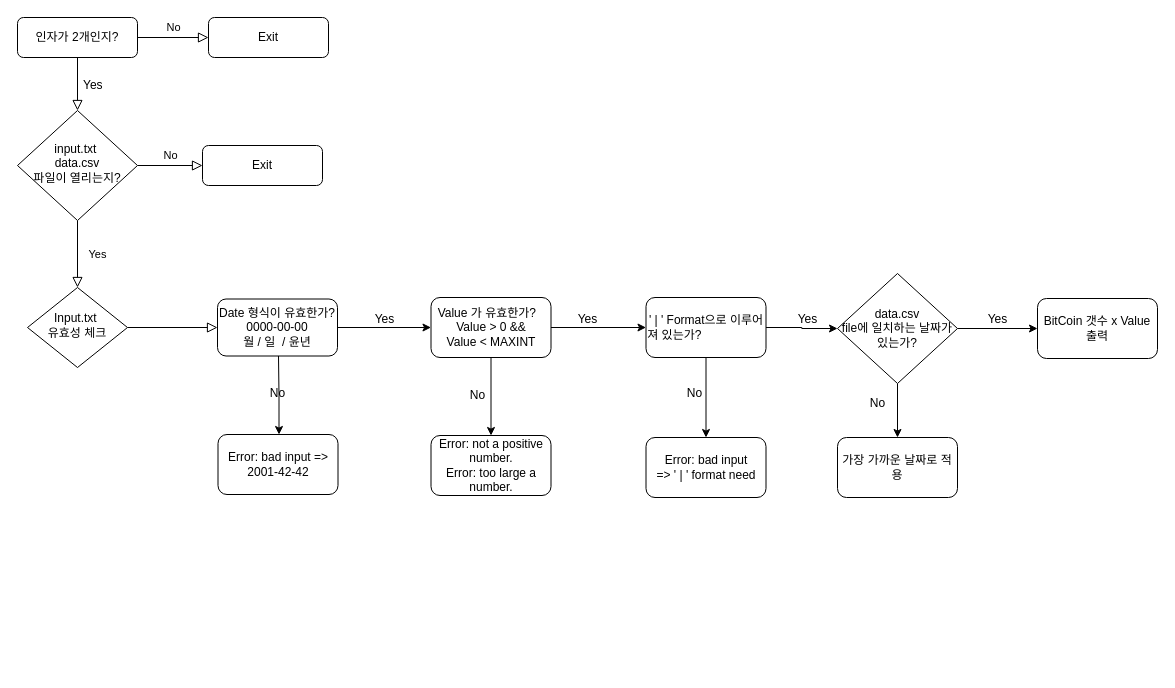
Earlier version of the draw.io diagram ex00/제목 없는 다이어그램.drawio (KichanLee/CPP_Module_09). Source tidied: cells renumbered, new cells numbered last; positions are measured from the earlier drawing's top-left corner, leaving out a move shared by most shapes. Both pictures are drawn from the tidied source at 100%, with x=0, y=0 at pixel (17, 17).
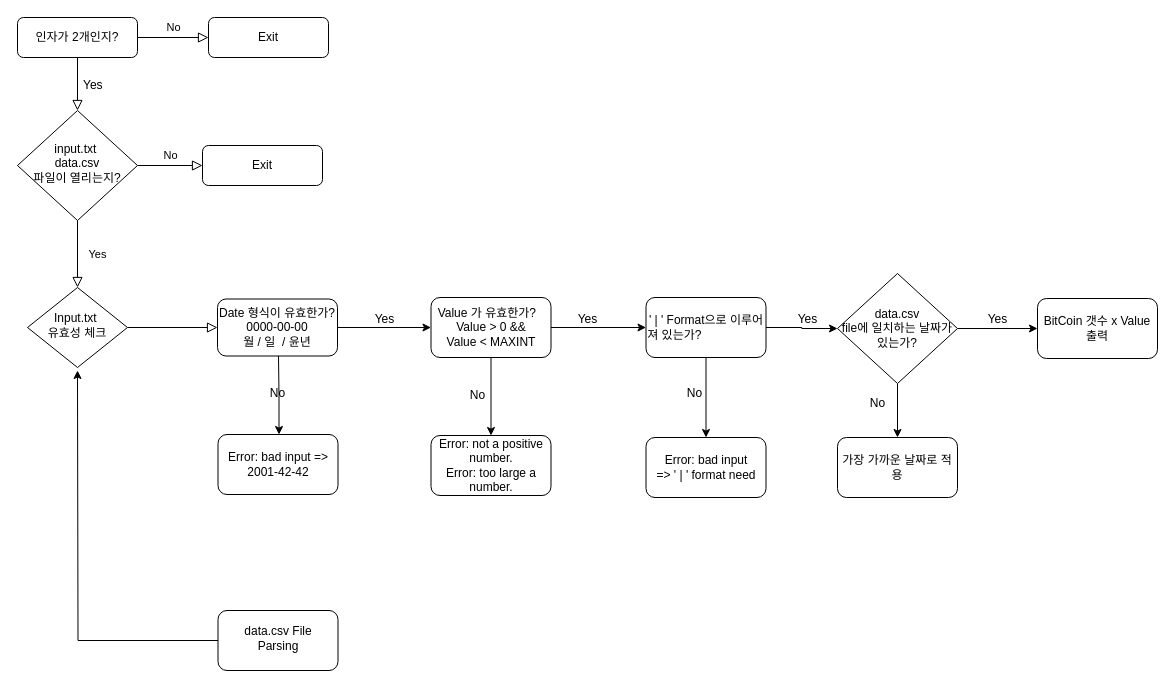
The same page after the edit.

Diff of the diagram source:
```diff
@@
+    <mxCell id="38" style="edgeStyle=orthogonalEdgeStyle;rounded=0;jettySize=auto;html=1;" parent="1" edge="1" source="39">
+      <mxGeometry relative="1" as="geometry">
+        <mxPoint x="60" y="353" as="targetPoint" />
+      </mxGeometry>
+    </mxCell>
+    <mxCell id="39" value="data.csv File&lt;br&gt;Parsing" style="rounded=1;whiteSpace=wrap;html=1;shadow=0;strokeWidth=1;spacing=6;spacingTop=-4;" parent="1" vertex="1">
+      <mxGeometry x="200.5" y="593" width="120" height="60" as="geometry" />
+    </mxCell>
```
